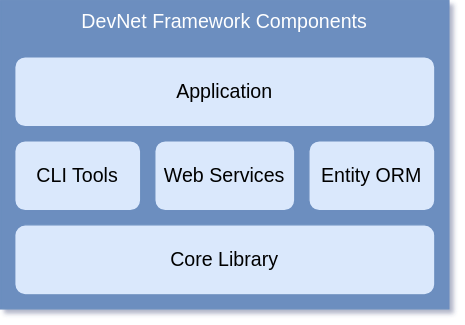
This is src/assets/images/framework.svg from DevNet-Framework/devnet-framework.github.io, a draw.io export, as it was before one commit. Source tidied: cells renumbered, new cells last; positions are measured from the earlier drawing's top-left corner, leaving out a move shared by most shapes.
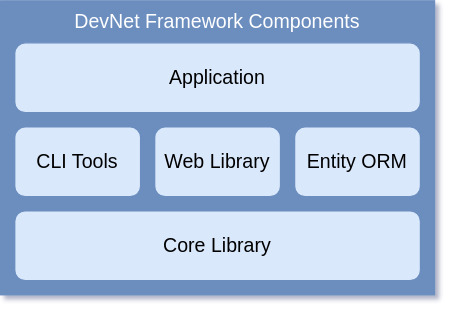
The same diagram one commit later.

What changed in the source:
```diff
@@ -3,22 +3,22 @@
     <mxCell id="0" />
     <mxCell id="1" parent="0" />
     <mxCell id="2" value="DevNet Framework Components" style="shape=ext;rounded=0;html=1;whiteSpace=wrap;strokeColor=#6C8EBF;verticalAlign=top;fillColor=#6C8EBF;fontColor=#FFFFFF;fontSize=14;" parent="1" vertex="1">
-      <mxGeometry width="320" height="220" as="geometry" />
+      <mxGeometry y="10" width="310" height="210" as="geometry" />
     </mxCell>
-    <mxCell id="3" value="Web Services" style="shape=ext;rounded=1;html=1;whiteSpace=wrap;gradientColor=none;fillColor=#DAE8FC;strokeColor=#6C8EBF;fontSize=14;" parent="1" vertex="1">
-      <mxGeometry x="110" y="100" width="100" height="50" as="geometry" />
+    <mxCell id="3" value="Web Library" style="shape=ext;rounded=1;html=1;whiteSpace=wrap;gradientColor=none;fillColor=#DAE8FC;strokeColor=#6C8EBF;fontSize=14;" parent="1" vertex="1">
+      <mxGeometry x="110" y="100" width="90" height="50" as="geometry" />
     </mxCell>
     <mxCell id="4" value="Entity ORM" style="shape=ext;rounded=1;html=1;whiteSpace=wrap;gradientColor=none;fillColor=#DAE8FC;strokeColor=#6C8EBF;fontSize=14;" parent="1" vertex="1">
-      <mxGeometry x="220" y="100" width="90" height="50" as="geometry" />
+      <mxGeometry x="210" y="100" width="90" height="50" as="geometry" />
     </mxCell>
     <mxCell id="5" value="&lt;span style=&quot;font-size: 14px;&quot;&gt;CLI Tools&lt;/span&gt;" style="shape=ext;rounded=1;html=1;whiteSpace=wrap;strokeColor=#6C8EBF;fillColor=#DAE8FC;" parent="1" vertex="1">
       <mxGeometry x="10" y="100" width="90" height="50" as="geometry" />
     </mxCell>
     <mxCell id="6" value="Core Library" style="shape=ext;rounded=1;html=1;whiteSpace=wrap;gradientColor=none;fillColor=#DAE8FC;strokeColor=#6C8EBF;fontSize=14;" parent="1" vertex="1">
-      <mxGeometry x="10" y="160" width="300" height="50" as="geometry" />
+      <mxGeometry x="10" y="160" width="290" height="50" as="geometry" />
     </mxCell>
     <mxCell id="7" value="Application" style="shape=ext;rounded=1;html=1;whiteSpace=wrap;gradientColor=none;fillColor=#DAE8FC;strokeColor=#6C8EBF;fontSize=14;" parent="1" vertex="1">
-      <mxGeometry x="10" y="40" width="300" height="50" as="geometry" />
+      <mxGeometry x="10" y="40" width="290" height="50" as="geometry" />
     </mxCell>
   </root>
 </mxGraphModel>
```
